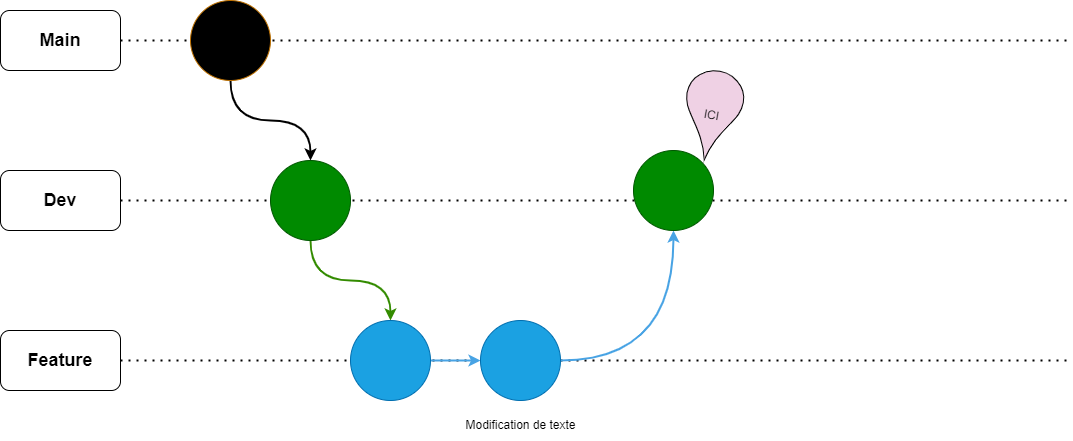
Before: main-dev-feature-modifFeature.png, a diagram exported from draw.io (SebastianZITOUNI/DemoBranche). Source tidied: cells renumbered, new cells last; positions are measured from the earlier drawing's top-left corner, leaving out a move shared by most shapes. Source of this version:
```xml
<mxGraphModel>
  <root>
    <mxCell id="0" />
    <mxCell id="1" parent="0" />
    <mxCell id="2" style="endArrow=none;dashed=1;html=1;dashPattern=1 3;strokeWidth=2;rounded=0;exitX=1;exitY=0.5;exitDx=0;exitDy=0;" parent="1" edge="1" source="13">
      <mxGeometry relative="1" as="geometry">
        <mxPoint x="1070" y="360" as="targetPoint" />
      </mxGeometry>
    </mxCell>
    <mxCell id="3" style="endArrow=none;dashed=1;html=1;dashPattern=1 3;strokeWidth=2;rounded=0;exitX=1;exitY=0.5;exitDx=0;exitDy=0;" parent="1" edge="1" source="10">
      <mxGeometry relative="1" as="geometry">
        <mxPoint x="1070" y="200" as="targetPoint" />
      </mxGeometry>
    </mxCell>
    <mxCell id="4" style="edgeStyle=orthogonalEdgeStyle;rounded=0;jettySize=auto;html=1;entryX=0.5;entryY=0;entryDx=0;entryDy=0;curved=1;strokeWidth=2;" parent="1" edge="1" source="5" target="9">
      <mxGeometry relative="1" as="geometry" />
    </mxCell>
    <mxCell id="5" style="ellipse;fillColor=#000000;fontColor=#000000;strokeColor=#BD7000;" parent="1" vertex="1">
      <mxGeometry x="190" width="80" height="80" as="geometry" />
    </mxCell>
    <mxCell id="6" value="Main" style="rounded=1;whiteSpace=wrap;html=1;fontStyle=1;fontSize=18;" parent="1" vertex="1">
      <mxGeometry y="10" width="120" height="60" as="geometry" />
    </mxCell>
    <mxCell id="7" style="endArrow=none;dashed=1;html=1;dashPattern=1 3;strokeWidth=2;rounded=0;exitX=1;exitY=0.5;exitDx=0;exitDy=0;" parent="1" edge="1" source="6">
      <mxGeometry relative="1" as="geometry">
        <mxPoint x="1070" y="40" as="targetPoint" />
      </mxGeometry>
    </mxCell>
    <mxCell id="8" style="edgeStyle=orthogonalEdgeStyle;rounded=0;jettySize=auto;html=1;curved=1;strokeWidth=2;fillColor=#60a917;strokeColor=#338b00;" parent="1" edge="1" source="9" target="12">
      <mxGeometry relative="1" as="geometry" />
    </mxCell>
    <mxCell id="9" style="ellipse;fillColor=#008a00;fontColor=#ffffff;strokeColor=#005700;" parent="1" vertex="1">
      <mxGeometry x="270" y="160" width="80" height="80" as="geometry" />
    </mxCell>
    <mxCell id="10" value="Dev" style="rounded=1;whiteSpace=wrap;html=1;fontStyle=1;fontSize=18;" parent="1" vertex="1">
      <mxGeometry y="170" width="120" height="60" as="geometry" />
    </mxCell>
    <mxCell id="11" style="edgeStyle=orthogonalEdgeStyle;rounded=0;jettySize=auto;html=1;fillColor=#1ba1e2;strokeColor=#48a3e4;strokeWidth=2;" parent="1" edge="1" source="12" target="16">
      <mxGeometry relative="1" as="geometry" />
    </mxCell>
    <mxCell id="12" style="ellipse;fillColor=#1ba1e2;fontColor=#ffffff;strokeColor=#006EAF;" parent="1" vertex="1">
      <mxGeometry x="350" y="320" width="80" height="80" as="geometry" />
    </mxCell>
    <mxCell id="13" value="Feature" style="rounded=1;whiteSpace=wrap;html=1;fontStyle=1;fontSize=18;" parent="1" vertex="1">
      <mxGeometry y="330" width="120" height="60" as="geometry" />
    </mxCell>
    <mxCell id="14" value="ICI" style="html=1;whiteSpace=wrap;shape=mxgraph.archimate3.locationIcon;fillColor=#efd1e4;rotation=10;" parent="1" vertex="1">
      <mxGeometry x="680" y="70" width="63" height="90" as="geometry" />
    </mxCell>
    <mxCell id="15" style="edgeStyle=orthogonalEdgeStyle;rounded=0;jettySize=auto;html=1;curved=1;fillColor=#1ba1e2;strokeColor=#48a3e4;strokeWidth=2;" parent="1" edge="1" source="16" target="17">
      <mxGeometry relative="1" as="geometry" />
    </mxCell>
    <mxCell id="16" style="ellipse;fillColor=#1ba1e2;fontColor=#ffffff;strokeColor=#006EAF;" parent="1" vertex="1">
      <mxGeometry x="480" y="320" width="80" height="80" as="geometry" />
    </mxCell>
    <mxCell id="17" style="ellipse;fillColor=#008a00;fontColor=#ffffff;strokeColor=#005700;" parent="1" vertex="1">
      <mxGeometry x="633" y="150" width="80" height="80" as="geometry" />
    </mxCell>
    <mxCell id="18" value="Modification de texte" style="text;html=1;align=center;verticalAlign=middle;strokeColor=none;fillColor=none;" parent="1" vertex="1">
      <mxGeometry x="455" y="410" width="130" height="30" as="geometry" />
    </mxCell>
  </root>
</mxGraphModel>
```
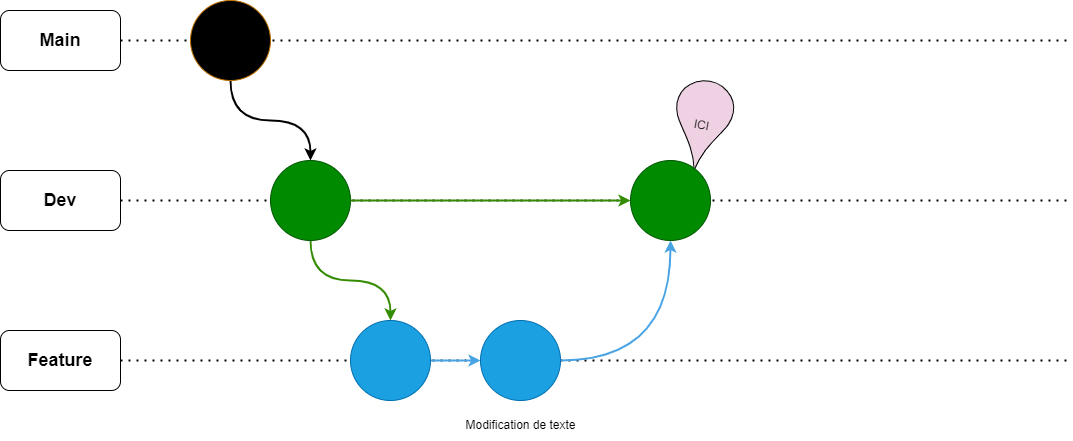
The same file after the commit.

Change to the diagram source:
```diff
@@ -45,7 +45,7 @@
       <mxGeometry y="330" width="120" height="60" as="geometry" />
     </mxCell>
     <mxCell id="14" value="ICI" style="html=1;whiteSpace=wrap;shape=mxgraph.archimate3.locationIcon;fillColor=#efd1e4;rotation=10;" parent="1" vertex="1">
-      <mxGeometry x="680" y="70" width="63" height="90" as="geometry" />
+      <mxGeometry x="670" y="80" width="63" height="90" as="geometry" />
     </mxCell>
     <mxCell id="15" style="edgeStyle=orthogonalEdgeStyle;rounded=0;jettySize=auto;html=1;curved=1;fillColor=#1ba1e2;strokeColor=#48a3e4;strokeWidth=2;" parent="1" edge="1" source="16" target="17">
       <mxGeometry relative="1" as="geometry" />
@@ -54,10 +54,13 @@
       <mxGeometry x="480" y="320" width="80" height="80" as="geometry" />
     </mxCell>
     <mxCell id="17" style="ellipse;fillColor=#008a00;fontColor=#ffffff;strokeColor=#005700;" parent="1" vertex="1">
-      <mxGeometry x="633" y="150" width="80" height="80" as="geometry" />
+      <mxGeometry x="630" y="160" width="80" height="80" as="geometry" />
     </mxCell>
     <mxCell id="18" value="Modification de texte" style="text;html=1;align=center;verticalAlign=middle;strokeColor=none;fillColor=none;" parent="1" vertex="1">
       <mxGeometry x="455" y="410" width="130" height="30" as="geometry" />
     </mxCell>
+    <mxCell id="19" style="edgeStyle=orthogonalEdgeStyle;rounded=0;jettySize=auto;html=1;entryX=0;entryY=0.5;entryDx=0;entryDy=0;strokeWidth=2;strokeColor=#338b00;" parent="1" edge="1" source="9" target="17">
+      <mxGeometry relative="1" as="geometry" />
+    </mxCell>
   </root>
 </mxGraphModel>
```
